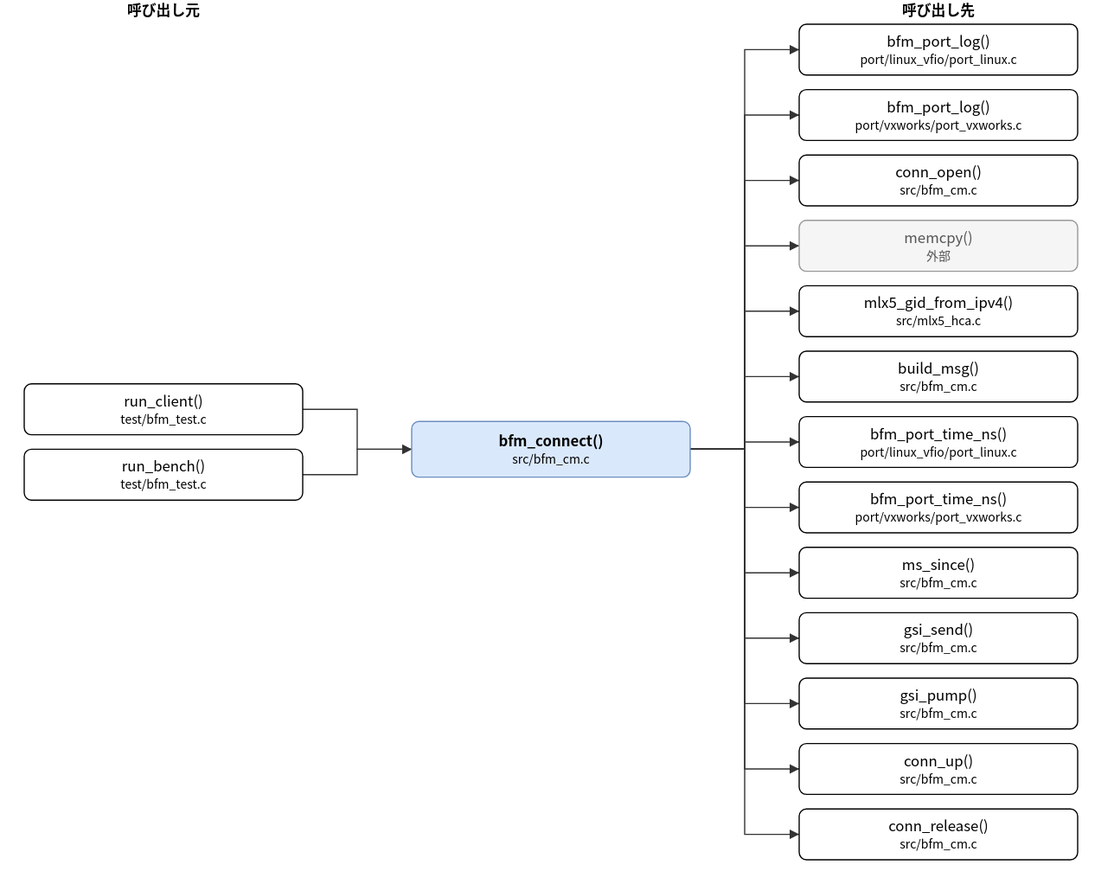
Earlier version of the draw.io export doc/spec/images/call_src_bfm_cm-bfm_connect.drawio.svg (hf355051012-ai/bfmem). Source tidied: cells renumbered, new cells last; positions are measured from the earlier drawing's top-left corner, leaving out a move shared by most shapes.
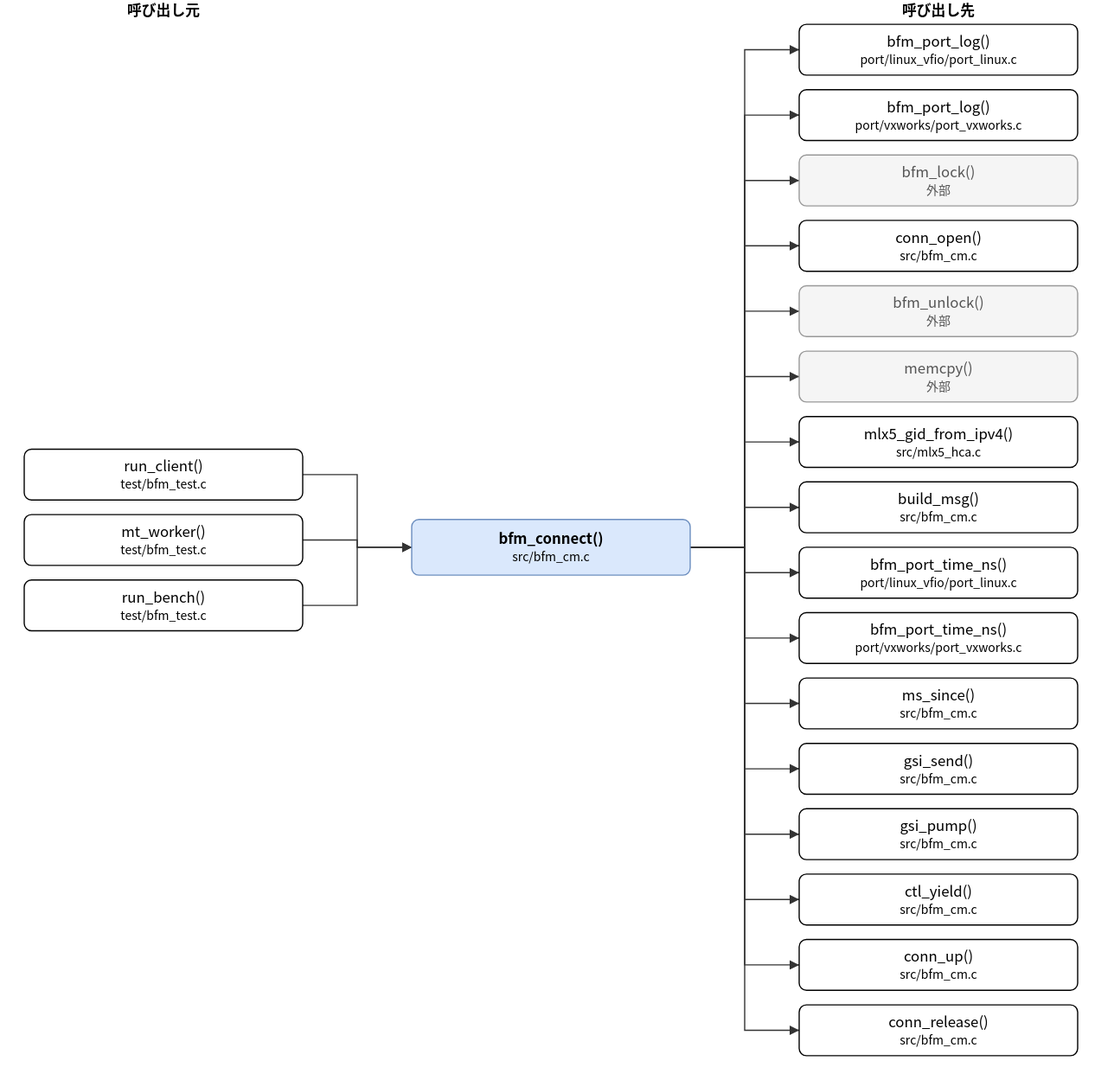
After the change.

Diff of the diagram source:
```diff
@@ -5,10 +5,13 @@
     <mxCell id="2" value="bfm_connect()&lt;br&gt;&lt;font style=&quot;font-size:10px&quot;&gt;src/bfm_cm.c&lt;/font&gt;" style="rounded=1;whiteSpace=wrap;html=1;fillColor=#dae8fc;strokeColor=#6c8ebf;fontStyle=1;" parent="1" vertex="1">
-      <mxGeometry x="320" y="348" width="230" height="46" as="geometry" />
+      <mxGeometry x="320" y="429" width="230" height="46" as="geometry" />
     </mxCell>
     <mxCell id="3" value="run_client()&lt;br&gt;&lt;font style=&quot;font-size:10px&quot;&gt;test/bfm_test.c&lt;/font&gt;" style="rounded=1;whiteSpace=wrap;html=1;" parent="1" vertex="1">
-      <mxGeometry y="317" width="230" height="42" as="geometry" />
+      <mxGeometry y="371" width="230" height="42" as="geometry" />
     </mxCell>
-    <mxCell id="4" value="run_bench()&lt;br&gt;&lt;font style=&quot;font-size:10px&quot;&gt;test/bfm_test.c&lt;/font&gt;" style="rounded=1;whiteSpace=wrap;html=1;" parent="1" vertex="1">
-      <mxGeometry y="371" width="230" height="42" as="geometry" />
+    <mxCell id="4" value="mt_worker()&lt;br&gt;&lt;font style=&quot;font-size:10px&quot;&gt;test/bfm_test.c&lt;/font&gt;" style="rounded=1;whiteSpace=wrap;html=1;" parent="1" vertex="1">
+      <mxGeometry y="425" width="230" height="42" as="geometry" />
     </mxCell>
+    <mxCell id="35" value="run_bench()&lt;br&gt;&lt;font style=&quot;font-size:10px&quot;&gt;test/bfm_test.c&lt;/font&gt;" style="rounded=1;whiteSpace=wrap;html=1;" parent="1" vertex="1">
+      <mxGeometry y="479" width="230" height="42" as="geometry" />
+    </mxCell>
     <mxCell id="5" value="bfm_port_log()&lt;br&gt;&lt;font style=&quot;font-size:10px&quot;&gt;port/linux_vfio/port_linux.c&lt;/font&gt;" style="rounded=1;whiteSpace=wrap;html=1;" parent="1" vertex="1">
@@ -19,35 +22,44 @@
     </mxCell>
-    <mxCell id="7" value="conn_open()&lt;br&gt;&lt;font style=&quot;font-size:10px&quot;&gt;src/bfm_cm.c&lt;/font&gt;" style="rounded=1;whiteSpace=wrap;html=1;" parent="1" vertex="1">
+    <mxCell id="7" value="bfm_lock()&lt;br&gt;&lt;font style=&quot;font-size:10px&quot;&gt;外部&lt;/font&gt;" style="rounded=1;whiteSpace=wrap;html=1;fillColor=#f5f5f5;strokeColor=#999999;fontColor=#555555;" parent="1" vertex="1">
       <mxGeometry x="640" y="128" width="230" height="42" as="geometry" />
     </mxCell>
-    <mxCell id="8" value="memcpy()&lt;br&gt;&lt;font style=&quot;font-size:10px&quot;&gt;外部&lt;/font&gt;" style="rounded=1;whiteSpace=wrap;html=1;fillColor=#f5f5f5;strokeColor=#999999;fontColor=#555555;" parent="1" vertex="1">
+    <mxCell id="8" value="conn_open()&lt;br&gt;&lt;font style=&quot;font-size:10px&quot;&gt;src/bfm_cm.c&lt;/font&gt;" style="rounded=1;whiteSpace=wrap;html=1;" parent="1" vertex="1">
       <mxGeometry x="640" y="182" width="230" height="42" as="geometry" />
     </mxCell>
-    <mxCell id="9" value="mlx5_gid_from_ipv4()&lt;br&gt;&lt;font style=&quot;font-size:10px&quot;&gt;src/mlx5_hca.c&lt;/font&gt;" style="rounded=1;whiteSpace=wrap;html=1;" parent="1" vertex="1">
+    <mxCell id="9" value="bfm_unlock()&lt;br&gt;&lt;font style=&quot;font-size:10px&quot;&gt;外部&lt;/font&gt;" style="rounded=1;whiteSpace=wrap;html=1;fillColor=#f5f5f5;strokeColor=#999999;fontColor=#555555;" parent="1" vertex="1">
       <mxGeometry x="640" y="236" width="230" height="42" as="geometry" />
     </mxCell>
-    <mxCell id="10" value="build_msg()&lt;br&gt;&lt;font style=&quot;font-size:10px&quot;&gt;src/bfm_cm.c&lt;/font&gt;" style="rounded=1;whiteSpace=wrap;html=1;" parent="1" vertex="1">
+    <mxCell id="10" value="memcpy()&lt;br&gt;&lt;font style=&quot;font-size:10px&quot;&gt;外部&lt;/font&gt;" style="rounded=1;whiteSpace=wrap;html=1;fillColor=#f5f5f5;strokeColor=#999999;fontColor=#555555;" parent="1" vertex="1">
       <mxGeometry x="640" y="290" width="230" height="42" as="geometry" />
     </mxCell>
-    <mxCell id="11" value="bfm_port_time_ns()&lt;br&gt;&lt;font style=&quot;font-size:10px&quot;&gt;port/linux_vfio/port_linux.c&lt;/font&gt;" style="rounded=1;whiteSpace=wrap;html=1;" parent="1" vertex="1">
+    <mxCell id="11" value="mlx5_gid_from_ipv4()&lt;br&gt;&lt;font style=&quot;font-size:10px&quot;&gt;src/mlx5_hca.c&lt;/font&gt;" style="rounded=1;whiteSpace=wrap;html=1;" parent="1" vertex="1">
       <mxGeometry x="640" y="344" width="230" height="42" as="geometry" />
     </mxCell>
-    <mxCell id="12" value="bfm_port_time_ns()&lt;br&gt;&lt;font style=&quot;font-size:10px&quot;&gt;port/vxworks/port_vxworks.c&lt;/font&gt;" style="rounded=1;whiteSpace=wrap;html=1;" parent="1" vertex="1">
+    <mxCell id="12" value="build_msg()&lt;br&gt;&lt;font style=&quot;font-size:10px&quot;&gt;src/bfm_cm.c&lt;/font&gt;" style="rounded=1;whiteSpace=wrap;html=1;" parent="1" vertex="1">
       <mxGeometry x="640" y="398" width="230" height="42" as="geometry" />
     </mxCell>
-    <mxCell id="13" value="ms_since()&lt;br&gt;&lt;font style=&quot;font-size:10px&quot;&gt;src/bfm_cm.c&lt;/font&gt;" style="rounded=1;whiteSpace=wrap;html=1;" parent="1" vertex="1">
+    <mxCell id="13" value="bfm_port_time_ns()&lt;br&gt;&lt;font style=&quot;font-size:10px&quot;&gt;port/linux_vfio/port_linux.c&lt;/font&gt;" style="rounded=1;whiteSpace=wrap;html=1;" parent="1" vertex="1">
       <mxGeometry x="640" y="452" width="230" height="42" as="geometry" />
     </mxCell>
-    <mxCell id="14" value="gsi_send()&lt;br&gt;&lt;font style=&quot;font-size:10px&quot;&gt;src/bfm_cm.c&lt;/font&gt;" style="rounded=1;whiteSpace=wrap;html=1;" parent="1" vertex="1">
+    <mxCell id="14" value="bfm_port_time_ns()&lt;br&gt;&lt;font style=&quot;font-size:10px&quot;&gt;port/vxworks/port_vxworks.c&lt;/font&gt;" style="rounded=1;whiteSpace=wrap;html=1;" parent="1" vertex="1">
       <mxGeometry x="640" y="506" width="230" height="42" as="geometry" />
     </mxCell>
-    <mxCell id="15" value="gsi_pump()&lt;br&gt;&lt;font style=&quot;font-size:10px&quot;&gt;src/bfm_cm.c&lt;/font&gt;" style="rounded=1;whiteSpace=wrap;html=1;" parent="1" vertex="1">
+    <mxCell id="15" value="ms_since()&lt;br&gt;&lt;font style=&quot;font-size:10px&quot;&gt;src/bfm_cm.c&lt;/font&gt;" style="rounded=1;whiteSpace=wrap;html=1;" parent="1" vertex="1">
       <mxGeometry x="640" y="560" width="230" height="42" as="geometry" />
     </mxCell>
-    <mxCell id="16" value="conn_up()&lt;br&gt;&lt;font style=&quot;font-size:10px&quot;&gt;src/bfm_cm.c&lt;/font&gt;" style="rounded=1;whiteSpace=wrap;html=1;" parent="1" vertex="1">
+    <mxCell id="16" value="gsi_send()&lt;br&gt;&lt;font style=&quot;font-size:10px&quot;&gt;src/bfm_cm.c&lt;/font&gt;" style="rounded=1;whiteSpace=wrap;html=1;" parent="1" vertex="1">
       <mxGeometry x="640" y="614" width="230" height="42" as="geometry" />
     </mxCell>
-    <mxCell id="17" value="conn_release()&lt;br&gt;&lt;font style=&quot;font-size:10px&quot;&gt;src/bfm_cm.c&lt;/font&gt;" style="rounded=1;whiteSpace=wrap;html=1;" parent="1" vertex="1">
+    <mxCell id="17" value="gsi_pump()&lt;br&gt;&lt;font style=&quot;font-size:10px&quot;&gt;src/bfm_cm.c&lt;/font&gt;" style="rounded=1;whiteSpace=wrap;html=1;" parent="1" vertex="1">
       <mxGeometry x="640" y="668" width="230" height="42" as="geometry" />
     </mxCell>
+    <mxCell id="36" value="ctl_yield()&lt;br&gt;&lt;font style=&quot;font-size:10px&quot;&gt;src/bfm_cm.c&lt;/font&gt;" style="rounded=1;whiteSpace=wrap;html=1;" parent="1" vertex="1">
+      <mxGeometry x="640" y="722" width="230" height="42" as="geometry" />
+    </mxCell>
+    <mxCell id="37" value="conn_up()&lt;br&gt;&lt;font style=&quot;font-size:10px&quot;&gt;src/bfm_cm.c&lt;/font&gt;" style="rounded=1;whiteSpace=wrap;html=1;" parent="1" vertex="1">
+      <mxGeometry x="640" y="776" width="230" height="42" as="geometry" />
+    </mxCell>
+    <mxCell id="38" value="conn_release()&lt;br&gt;&lt;font style=&quot;font-size:10px&quot;&gt;src/bfm_cm.c&lt;/font&gt;" style="rounded=1;whiteSpace=wrap;html=1;" parent="1" vertex="1">
+      <mxGeometry x="640" y="830" width="230" height="42" as="geometry" />
+    </mxCell>
     <mxCell id="18" style="edgeStyle=none;html=1;rounded=0;endArrow=block;endFill=1;exitX=1.0000;exitY=0.5000;exitDx=0;exitDy=0;exitPerimeter=0;entryX=0.0000;entryY=0.5000;entryDx=0;entryDy=0;entryPerimeter=0;" parent="1" edge="1" source="3" target="2">
@@ -55,4 +67,4 @@
         <Array as="points">
-          <mxPoint x="275" y="338" />
-          <mxPoint x="275" y="371" />
+          <mxPoint x="275" y="392" />
+          <mxPoint x="275" y="452" />
         </Array>
@@ -63,4 +75,4 @@
         <Array as="points">
-          <mxPoint x="275" y="392" />
-          <mxPoint x="275" y="371" />
+          <mxPoint x="275" y="446" />
+          <mxPoint x="275" y="452" />
         </Array>
@@ -68,7 +80,7 @@
     </mxCell>
-    <mxCell id="20" style="edgeStyle=none;html=1;rounded=0;endArrow=block;endFill=1;exitX=1.0000;exitY=0.5000;exitDx=0;exitDy=0;exitPerimeter=0;entryX=0.0000;entryY=0.5000;entryDx=0;entryDy=0;entryPerimeter=0;" parent="1" edge="1" source="2" target="5">
+    <mxCell id="20" style="edgeStyle=none;html=1;rounded=0;endArrow=block;endFill=1;exitX=1.0000;exitY=0.5000;exitDx=0;exitDy=0;exitPerimeter=0;entryX=0.0000;entryY=0.5000;entryDx=0;entryDy=0;entryPerimeter=0;" parent="1" edge="1" source="35" target="2">
       <mxGeometry relative="1" as="geometry">
         <Array as="points">
-          <mxPoint x="595" y="371" />
-          <mxPoint x="595" y="41" />
+          <mxPoint x="275" y="500" />
+          <mxPoint x="275" y="452" />
         </Array>
@@ -76,7 +88,7 @@
     </mxCell>
-    <mxCell id="21" style="edgeStyle=none;html=1;rounded=0;endArrow=block;endFill=1;exitX=1.0000;exitY=0.5000;exitDx=0;exitDy=0;exitPerimeter=0;entryX=0.0000;entryY=0.5000;entryDx=0;entryDy=0;entryPerimeter=0;" parent="1" edge="1" source="2" target="6">
+    <mxCell id="21" style="edgeStyle=none;html=1;rounded=0;endArrow=block;endFill=1;exitX=1.0000;exitY=0.5000;exitDx=0;exitDy=0;exitPerimeter=0;entryX=0.0000;entryY=0.5000;entryDx=0;entryDy=0;entryPerimeter=0;" parent="1" edge="1" source="2" target="5">
       <mxGeometry relative="1" as="geometry">
         <Array as="points">
-          <mxPoint x="595" y="371" />
-          <mxPoint x="595" y="95" />
+          <mxPoint x="595" y="452" />
+          <mxPoint x="595" y="41" />
         </Array>
@@ -84,7 +96,7 @@
     </mxCell>
-    <mxCell id="22" style="edgeStyle=none;html=1;rounded=0;endArrow=block;endFill=1;exitX=1.0000;exitY=0.5000;exitDx=0;exitDy=0;exitPerimeter=0;entryX=0.0000;entryY=0.5000;entryDx=0;entryDy=0;entryPerimeter=0;" parent="1" edge="1" source="2" target="7">
+    <mxCell id="22" style="edgeStyle=none;html=1;rounded=0;endArrow=block;endFill=1;exitX=1.0000;exitY=0.5000;exitDx=0;exitDy=0;exitPerimeter=0;entryX=0.0000;entryY=0.5000;entryDx=0;entryDy=0;entryPerimeter=0;" parent="1" edge="1" source="2" target="6">
       <mxGeometry relative="1" as="geometry">
         <Array as="points">
-          <mxPoint x="595" y="371" />
-          <mxPoint x="595" y="149" />
+          <mxPoint x="595" y="452" />
+          <mxPoint x="595" y="95" />
         </Array>
@@ -92,7 +104,7 @@
     </mxCell>
-    <mxCell id="23" style="edgeStyle=none;html=1;rounded=0;endArrow=block;endFill=1;exitX=1.0000;exitY=0.5000;exitDx=0;exitDy=0;exitPerimeter=0;entryX=0.0000;entryY=0.5000;entryDx=0;entryDy=0;entryPerimeter=0;" parent="1" edge="1" source="2" target="8">
+    <mxCell id="23" style="edgeStyle=none;html=1;rounded=0;endArrow=block;endFill=1;exitX=1.0000;exitY=0.5000;exitDx=0;exitDy=0;exitPerimeter=0;entryX=0.0000;entryY=0.5000;entryDx=0;entryDy=0;entryPerimeter=0;" parent="1" edge="1" source="2" target="7">
       <mxGeometry relative="1" as="geometry">
         <Array as="points">
-          <mxPoint x="595" y="371" />
-          <mxPoint x="595" y="203" />
+          <mxPoint x="595" y="452" />
+          <mxPoint x="595" y="149" />
         </Array>
@@ -100,7 +112,7 @@
     </mxCell>
-    <mxCell id="24" style="edgeStyle=none;html=1;rounded=0;endArrow=block;endFill=1;exitX=1.0000;exitY=0.5000;exitDx=0;exitDy=0;exitPerimeter=0;entryX=0.0000;entryY=0.5000;entryDx=0;entryDy=0;entryPerimeter=0;" parent="1" edge="1" source="2" target="9">
+    <mxCell id="24" style="edgeStyle=none;html=1;rounded=0;endArrow=block;endFill=1;exitX=1.0000;exitY=0.5000;exitDx=0;exitDy=0;exitPerimeter=0;entryX=0.0000;entryY=0.5000;entryDx=0;entryDy=0;entryPerimeter=0;" parent="1" edge="1" source="2" target="8">
       <mxGeometry relative="1" as="geometry">
         <Array as="points">
-          <mxPoint x="595" y="371" />
-          <mxPoint x="595" y="257" />
+          <mxPoint x="595" y="452" />
+          <mxPoint x="595" y="203" />
         </Array>
@@ -108,7 +120,7 @@
     </mxCell>
-    <mxCell id="25" style="edgeStyle=none;html=1;rounded=0;endArrow=block;endFill=1;exitX=1.0000;exitY=0.5000;exitDx=0;exitDy=0;exitPerimeter=0;entryX=0.0000;entryY=0.5000;entryDx=0;entryDy=0;entryPerimeter=0;" parent="1" edge="1" source="2" target="10">
+    <mxCell id="25" style="edgeStyle=none;html=1;rounded=0;endArrow=block;endFill=1;exitX=1.0000;exitY=0.5000;exitDx=0;exitDy=0;exitPerimeter=0;entryX=0.0000;entryY=0.5000;entryDx=0;entryDy=0;entryPerimeter=0;" parent="1" edge="1" source="2" target="9">
       <mxGeometry relative="1" as="geometry">
         <Array as="points">
-          <mxPoint x="595" y="371" />
-          <mxPoint x="595" y="311" />
+          <mxPoint x="595" y="452" />
+          <mxPoint x="595" y="257" />
         </Array>
@@ -116,7 +128,7 @@
     </mxCell>
-    <mxCell id="26" style="edgeStyle=none;html=1;rounded=0;endArrow=block;endFill=1;exitX=1.0000;exitY=0.5000;exitDx=0;exitDy=0;exitPerimeter=0;entryX=0.0000;entryY=0.5000;entryDx=0;entryDy=0;entryPerimeter=0;" parent="1" edge="1" source="2" target="11">
+    <mxCell id="26" style="edgeStyle=none;html=1;rounded=0;endArrow=block;endFill=1;exitX=1.0000;exitY=0.5000;exitDx=0;exitDy=0;exitPerimeter=0;entryX=0.0000;entryY=0.5000;entryDx=0;entryDy=0;entryPerimeter=0;" parent="1" edge="1" source="2" target="10">
       <mxGeometry relative="1" as="geometry">
         <Array as="points">
-          <mxPoint x="595" y="371" />
-          <mxPoint x="595" y="365" />
+          <mxPoint x="595" y="452" />
+          <mxPoint x="595" y="311" />
         </Array>
@@ -124,7 +136,7 @@
     </mxCell>
-    <mxCell id="27" style="edgeStyle=none;html=1;rounded=0;endArrow=block;endFill=1;exitX=1.0000;exitY=0.5000;exitDx=0;exitDy=0;exitPerimeter=0;entryX=0.0000;entryY=0.5000;entryDx=0;entryDy=0;entryPerimeter=0;" parent="1" edge="1" source="2" target="12">
+    <mxCell id="27" style="edgeStyle=none;html=1;rounded=0;endArrow=block;endFill=1;exitX=1.0000;exitY=0.5000;exitDx=0;exitDy=0;exitPerimeter=0;entryX=0.0000;entryY=0.5000;entryDx=0;entryDy=0;entryPerimeter=0;" parent="1" edge="1" source="2" target="11">
       <mxGeometry relative="1" as="geometry">
         <Array as="points">
-          <mxPoint x="595" y="371" />
-          <mxPoint x="595" y="419" />
+          <mxPoint x="595" y="452" />
+          <mxPoint x="595" y="365" />
         </Array>
@@ -132,7 +144,7 @@
     </mxCell>
-    <mxCell id="28" style="edgeStyle=none;html=1;rounded=0;endArrow=block;endFill=1;exitX=1.0000;exitY=0.5000;exitDx=0;exitDy=0;exitPerimeter=0;entryX=0.0000;entryY=0.5000;entryDx=0;entryDy=0;entryPerimeter=0;" parent="1" edge="1" source="2" target="13">
+    <mxCell id="28" style="edgeStyle=none;html=1;rounded=0;endArrow=block;endFill=1;exitX=1.0000;exitY=0.5000;exitDx=0;exitDy=0;exitPerimeter=0;entryX=0.0000;entryY=0.5000;entryDx=0;entryDy=0;entryPerimeter=0;" parent="1" edge="1" source="2" target="12">
       <mxGeometry relative="1" as="geometry">
         <Array as="points">
-          <mxPoint x="595" y="371" />
-          <mxPoint x="595" y="473" />
+          <mxPoint x="595" y="452" />
+          <mxPoint x="595" y="419" />
         </Array>
@@ -140,7 +152,7 @@
     </mxCell>
-    <mxCell id="29" style="edgeStyle=none;html=1;rounded=0;endArrow=block;endFill=1;exitX=1.0000;exitY=0.5000;exitDx=0;exitDy=0;exitPerimeter=0;entryX=0.0000;entryY=0.5000;entryDx=0;entryDy=0;entryPerimeter=0;" parent="1" edge="1" source="2" target="14">
+    <mxCell id="29" style="edgeStyle=none;html=1;rounded=0;endArrow=block;endFill=1;exitX=1.0000;exitY=0.5000;exitDx=0;exitDy=0;exitPerimeter=0;entryX=0.0000;entryY=0.5000;entryDx=0;entryDy=0;entryPerimeter=0;" parent="1" edge="1" source="2" target="13">
       <mxGeometry relative="1" as="geometry">
         <Array as="points">
-          <mxPoint x="595" y="371" />
-          <mxPoint x="595" y="527" />
+          <mxPoint x="595" y="452" />
+          <mxPoint x="595" y="473" />
         </Array>
@@ -148,7 +160,7 @@
     </mxCell>
-    <mxCell id="30" style="edgeStyle=none;html=1;rounded=0;endArrow=block;endFill=1;exitX=1.0000;exitY=0.5000;exitDx=0;exitDy=0;exitPerimeter=0;entryX=0.0000;entryY=0.5000;entryDx=0;entryDy=0;entryPerimeter=0;" parent="1" edge="1" source="2" target="15">
+    <mxCell id="30" style="edgeStyle=none;html=1;rounded=0;endArrow=block;endFill=1;exitX=1.0000;exitY=0.5000;exitDx=0;exitDy=0;exitPerimeter=0;entryX=0.0000;entryY=0.5000;entryDx=0;entryDy=0;entryPerimeter=0;" parent="1" edge="1" source="2" target="14">
       <mxGeometry relative="1" as="geometry">
         <Array as="points">
-          <mxPoint x="595" y="371" />
-          <mxPoint x="595" y="581" />
+          <mxPoint x="595" y="452" />
+          <mxPoint x="595" y="527" />
         </Array>
@@ -156,7 +168,7 @@
     </mxCell>
-    <mxCell id="31" style="edgeStyle=none;html=1;rounded=0;endArrow=block;endFill=1;exitX=1.0000;exitY=0.5000;exitDx=0;exitDy=0;exitPerimeter=0;entryX=0.0000;entryY=0.5000;entryDx=0;entryDy=0;entryPerimeter=0;" parent="1" edge="1" source="2" target="16">
+    <mxCell id="31" style="edgeStyle=none;html=1;rounded=0;endArrow=block;endFill=1;exitX=1.0000;exitY=0.5000;exitDx=0;exitDy=0;exitPerimeter=0;entryX=0.0000;entryY=0.5000;entryDx=0;entryDy=0;entryPerimeter=0;" parent="1" edge="1" source="2" target="15">
       <mxGeometry relative="1" as="geometry">
         <Array as="points">
-          <mxPoint x="595" y="371" />
-          <mxPoint x="595" y="635" />
+          <mxPoint x="595" y="452" />
+          <mxPoint x="595" y="581" />
         </Array>
@@ -164,7 +176,7 @@
     </mxCell>
-    <mxCell id="32" style="edgeStyle=none;html=1;rounded=0;endArrow=block;endFill=1;exitX=1.0000;exitY=0.5000;exitDx=0;exitDy=0;exitPerimeter=0;entryX=0.0000;entryY=0.5000;entryDx=0;entryDy=0;entryPerimeter=0;" parent="1" edge="1" source="2" target="17">
+    <mxCell id="32" style="edgeStyle=none;html=1;rounded=0;endArrow=block;endFill=1;exitX=1.0000;exitY=0.5000;exitDx=0;exitDy=0;exitPerimeter=0;entryX=0.0000;entryY=0.5000;entryDx=0;entryDy=0;entryPerimeter=0;" parent="1" edge="1" source="2" target="16">
       <mxGeometry relative="1" as="geometry">
         <Array as="points">
-          <mxPoint x="595" y="371" />
-          <mxPoint x="595" y="689" />
+          <mxPoint x="595" y="452" />
+          <mxPoint x="595" y="635" />
         </Array>
@@ -172,2 +184,34 @@
     </mxCell>
+    <mxCell id="39" style="edgeStyle=none;html=1;rounded=0;endArrow=block;endFill=1;exitX=1.0000;exitY=0.5000;exitDx=0;exitDy=0;exitPerimeter=0;entryX=0.0000;entryY=0.5000;entryDx=0;entryDy=0;entryPerimeter=0;" parent="1" edge="1" source="2" target="17">
+      <mxGeometry relative="1" as="geometry">
+        <Array as="points">
+          <mxPoint x="595" y="452" />
+          <mxPoint x="595" y="689" />
+        </Array>
+      </mxGeometry>
+    </mxCell>
+    <mxCell id="40" style="edgeStyle=none;html=1;rounded=0;endArrow=block;endFill=1;exitX=1.0000;exitY=0.5000;exitDx=0;exitDy=0;exitPerimeter=0;entryX=0.0000;entryY=0.5000;entryDx=0;entryDy=0;entryPerimeter=0;" parent="1" edge="1" source="2" target="36">
+      <mxGeometry relative="1" as="geometry">
+        <Array as="points">
+          <mxPoint x="595" y="452" />
+          <mxPoint x="595" y="743" />
+        </Array>
+      </mxGeometry>
+    </mxCell>
+    <mxCell id="41" style="edgeStyle=none;html=1;rounded=0;endArrow=block;endFill=1;exitX=1.0000;exitY=0.5000;exitDx=0;exitDy=0;exitPerimeter=0;entryX=0.0000;entryY=0.5000;entryDx=0;entryDy=0;entryPerimeter=0;" parent="1" edge="1" source="2" target="37">
+      <mxGeometry relative="1" as="geometry">
+        <Array as="points">
+          <mxPoint x="595" y="452" />
+          <mxPoint x="595" y="797" />
+        </Array>
+      </mxGeometry>
+    </mxCell>
+    <mxCell id="42" style="edgeStyle=none;html=1;rounded=0;endArrow=block;endFill=1;exitX=1.0000;exitY=0.5000;exitDx=0;exitDy=0;exitPerimeter=0;entryX=0.0000;entryY=0.5000;entryDx=0;entryDy=0;entryPerimeter=0;" parent="1" edge="1" source="2" target="38">
+      <mxGeometry relative="1" as="geometry">
+        <Array as="points">
+          <mxPoint x="595" y="452" />
+          <mxPoint x="595" y="851" />
+        </Array>
+      </mxGeometry>
+    </mxCell>
     <mxCell id="33" value="呼び出し元" style="text;html=1;align=center;fontStyle=1;" parent="1" vertex="1">
```
